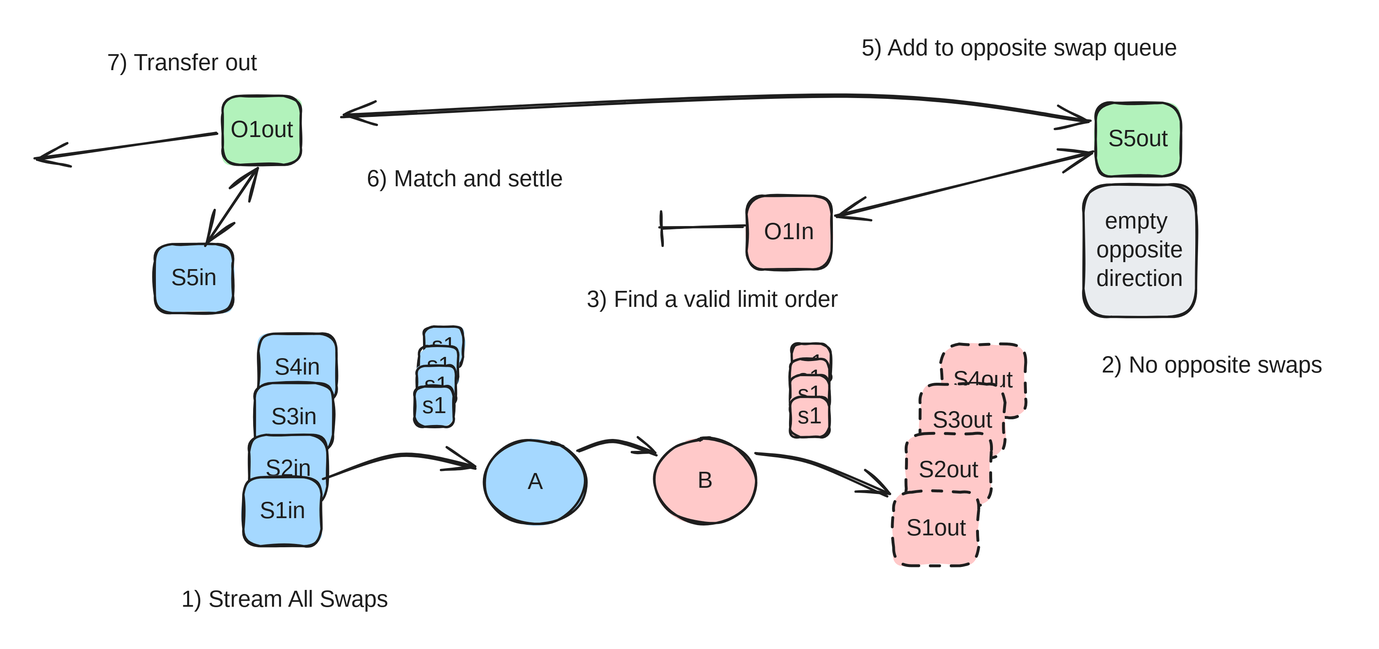
This is .gitbook/assets/file.excalidraw (13).svg from decaswap-labs/docs, a Excalidraw export, as it was before one commit. Source tidied: one line per element, renumbered; positions are measured from the earlier drawing's top-left corner, leaving out a move shared by most shapes. The source it was exported from:
```json
{"id": 0, "type": "rectangle", "strokeColor": "#1e1e1e", "backgroundColor": "#b2f2bb", "fillStyle": "solid", "strokeWidth": 2, "roughness": 1, "round": true, "x": 923, "y": 60, "width": 74, "height": 64}
{"id": 1, "type": "text", "text": "S5out", "strokeColor": "#1e1e1e", "strokeWidth": 2, "roughness": 1, "fontSize": 20, "fontFamily": 1, "textAlign": "center", "verticalAlign": "middle", "inside": 0, "x": 931, "y": 79, "width": 58, "height": 25}
{"id": 2, "type": "rectangle", "strokeColor": "#1e1e1e", "backgroundColor": "#a5d8ff", "fillStyle": "solid", "strokeWidth": 2, "roughness": 1, "round": true, "x": 338, "y": 254, "width": 34, "height": 35}
{"id": 3, "type": "text", "text": "s1", "strokeColor": "#1e1e1e", "strokeWidth": 2, "roughness": 1, "fontSize": 20, "fontFamily": 1, "textAlign": "center", "verticalAlign": "middle", "inside": 2, "x": 347, "y": 259, "width": 16, "height": 25}
{"id": 4, "type": "rectangle", "strokeColor": "#1e1e1e", "backgroundColor": "#ffc9c9", "fillStyle": "solid", "strokeWidth": 2, "roughness": 1, "round": true, "x": 658, "y": 269, "width": 34, "height": 35}
{"id": 5, "type": "text", "text": "s1", "strokeColor": "#1e1e1e", "strokeWidth": 2, "roughness": 1, "fontSize": 20, "fontFamily": 1, "textAlign": "center", "verticalAlign": "middle", "inside": 4, "x": 667, "y": 274, "width": 16, "height": 25}
{"id": 6, "type": "rectangle", "strokeColor": "#1e1e1e", "backgroundColor": "#a5d8ff", "fillStyle": "solid", "strokeWidth": 2, "roughness": 1, "round": true, "x": 194, "y": 260, "width": 68, "height": 60}
{"id": 7, "type": "text", "text": "S4in", "strokeColor": "#1e1e1e", "strokeWidth": 2, "roughness": 1, "fontSize": 20, "fontFamily": 1, "textAlign": "center", "verticalAlign": "middle", "inside": 6, "x": 208, "y": 278, "width": 39, "height": 25}
{"id": 8, "type": "rectangle", "strokeColor": "#1e1e1e", "backgroundColor": "#a5d8ff", "fillStyle": "solid", "strokeWidth": 2, "roughness": 1, "round": true, "x": 191, "y": 304, "width": 68, "height": 60}
{"id": 9, "type": "text", "text": "S3in", "strokeColor": "#1e1e1e", "strokeWidth": 2, "roughness": 1, "fontSize": 20, "fontFamily": 1, "textAlign": "center", "verticalAlign": "middle", "inside": 8, "x": 205, "y": 321, "width": 40, "height": 25}
{"id": 10, "type": "rectangle", "strokeColor": "#1e1e1e", "backgroundColor": "#a5d8ff", "fillStyle": "solid", "strokeWidth": 2, "roughness": 1, "round": true, "x": 186, "y": 348, "width": 68, "height": 60}
{"id": 11, "type": "text", "text": "S2in", "strokeColor": "#1e1e1e", "strokeWidth": 2, "roughness": 1, "fontSize": 20, "fontFamily": 1, "textAlign": "center", "verticalAlign": "middle", "inside": 10, "x": 200, "y": 366, "width": 40, "height": 25}
{"id": 12, "type": "rectangle", "strokeColor": "#1e1e1e", "backgroundColor": "#a5d8ff", "fillStyle": "solid", "strokeWidth": 2, "roughness": 1, "round": true, "x": 181, "y": 386, "width": 68, "height": 60}
{"id": 13, "type": "text", "text": "S1in", "strokeColor": "#1e1e1e", "strokeWidth": 2, "roughness": 1, "fontSize": 20, "fontFamily": 1, "textAlign": "center", "verticalAlign": "middle", "inside": 12, "x": 199, "y": 403, "width": 31, "height": 25}
{"id": 14, "type": "ellipse", "strokeColor": "#1e1e1e", "backgroundColor": "#a5d8ff", "fillStyle": "solid", "strokeWidth": 2, "roughness": 1, "round": true, "x": 391, "y": 353, "width": 88, "height": 74}
{"id": 15, "type": "text", "text": "A", "strokeColor": "#1e1e1e", "backgroundColor": "#ffc9c9", "fillStyle": "solid", "strokeWidth": 2, "roughness": 1, "fontSize": 20, "fontFamily": 1, "textAlign": "center", "verticalAlign": "middle", "inside": 14, "x": 428, "y": 377, "width": 13, "height": 25}
{"id": 16, "type": "ellipse", "strokeColor": "#1e1e1e", "backgroundColor": "#ffc9c9", "fillStyle": "solid", "strokeWidth": 2, "roughness": 1, "round": true, "x": 539, "y": 352, "width": 88, "height": 74}
{"id": 17, "type": "text", "text": "B", "strokeColor": "#1e1e1e", "backgroundColor": "#ffc9c9", "fillStyle": "solid", "strokeWidth": 2, "roughness": 1, "fontSize": 20, "fontFamily": 1, "textAlign": "center", "verticalAlign": "middle", "inside": 16, "x": 575, "y": 376, "width": 15, "height": 25}
{"id": 18, "type": "arrow", "strokeColor": "#1e1e1e", "backgroundColor": "#ffc9c9", "fillStyle": "solid", "strokeWidth": 2, "roughness": 1, "endArrowhead": "arrow", "round": true, "from": 12, "to": 14, "x": 251, "y": 386, "width": 131, "height": 20, "points": [[0, 0], [68, -20], [131, -9]]}
{"id": 19, "type": "arrow", "strokeColor": "#1e1e1e", "backgroundColor": "#ffc9c9", "fillStyle": "solid", "strokeWidth": 2, "roughness": 1, "endArrowhead": "arrow", "round": true, "from": 14, "to": 16, "x": 473, "y": 362, "width": 68, "height": 12, "points": [[0, 0], [29, -8], [68, 4]]}
{"id": 20, "type": "arrow", "strokeColor": "#1e1e1e", "backgroundColor": "#ffc9c9", "fillStyle": "solid", "strokeWidth": 2, "roughness": 1, "endArrowhead": "arrow", "round": true, "from": 16, "to": 28, "x": 626, "y": 364, "width": 116, "height": 37, "points": [[0, 0], [50, 9], [116, 37]]}
{"id": 21, "type": "text", "text": "1) Stream All Swaps", "strokeColor": "#1e1e1e", "backgroundColor": "#ffc9c9", "fillStyle": "solid", "strokeWidth": 2, "strokeStyle": "dashed", "roughness": 1, "fontSize": 20, "fontFamily": 1, "x": 127, "y": 480, "width": 193, "height": 25}
{"id": 22, "type": "rectangle", "strokeColor": "#1e1e1e", "backgroundColor": "#ffc9c9", "fillStyle": "solid", "strokeWidth": 2, "strokeStyle": "dashed", "roughness": 1, "round": true, "x": 788, "y": 270, "width": 74, "height": 64}
{"id": 23, "type": "text", "text": "S4out", "strokeColor": "#1e1e1e", "strokeWidth": 2, "roughness": 1, "fontSize": 20, "fontFamily": 1, "textAlign": "center", "verticalAlign": "middle", "inside": 22, "x": 795, "y": 289, "width": 59, "height": 25}
{"id": 24, "type": "rectangle", "strokeColor": "#1e1e1e", "backgroundColor": "#ffc9c9", "fillStyle": "solid", "strokeWidth": 2, "strokeStyle": "dashed", "roughness": 1, "round": true, "x": 770, "y": 304, "width": 74, "height": 64}
{"id": 25, "type": "text", "text": "S3out", "strokeColor": "#1e1e1e", "strokeWidth": 2, "roughness": 1, "fontSize": 20, "fontFamily": 1, "textAlign": "center", "verticalAlign": "middle", "inside": 24, "x": 777, "y": 324, "width": 60, "height": 25}
{"id": 26, "type": "rectangle", "strokeColor": "#1e1e1e", "backgroundColor": "#ffc9c9", "fillStyle": "solid", "strokeWidth": 2, "strokeStyle": "dashed", "roughness": 1, "round": true, "x": 758, "y": 348, "width": 74, "height": 64}
{"id": 27, "type": "text", "text": "S2out", "strokeColor": "#1e1e1e", "strokeWidth": 2, "roughness": 1, "fontSize": 20, "fontFamily": 1, "textAlign": "center", "verticalAlign": "middle", "inside": 26, "x": 765, "y": 367, "width": 60, "height": 25}
{"id": 28, "type": "rectangle", "strokeColor": "#1e1e1e", "backgroundColor": "#ffc9c9", "fillStyle": "solid", "strokeWidth": 2, "strokeStyle": "dashed", "roughness": 1, "round": true, "x": 747, "y": 398, "width": 74, "height": 64}
{"id": 29, "type": "text", "text": "S1out", "strokeColor": "#1e1e1e", "strokeWidth": 2, "roughness": 1, "fontSize": 20, "fontFamily": 1, "textAlign": "center", "verticalAlign": "middle", "inside": 28, "x": 758, "y": 418, "width": 51, "height": 25}
{"id": 30, "type": "rectangle", "strokeColor": "#1e1e1e", "backgroundColor": "#a5d8ff", "fillStyle": "solid", "strokeWidth": 2, "roughness": 1, "round": true, "x": 334, "y": 272, "width": 34, "height": 35}
{"id": 31, "type": "text", "text": "s1", "strokeColor": "#1e1e1e", "strokeWidth": 2, "roughness": 1, "fontSize": 20, "fontFamily": 1, "textAlign": "center", "verticalAlign": "middle", "inside": 30, "x": 343, "y": 276, "width": 16, "height": 25}
{"id": 32, "type": "rectangle", "strokeColor": "#1e1e1e", "backgroundColor": "#a5d8ff", "fillStyle": "solid", "strokeWidth": 2, "roughness": 1, "round": true, "x": 332, "y": 288, "width": 34, "height": 35}
{"id": 33, "type": "text", "text": "s1", "strokeColor": "#1e1e1e", "strokeWidth": 2, "roughness": 1, "fontSize": 20, "fontFamily": 1, "textAlign": "center", "verticalAlign": "middle", "inside": 32, "x": 341, "y": 294, "width": 16, "height": 25}
{"id": 34, "type": "rectangle", "strokeColor": "#1e1e1e", "backgroundColor": "#a5d8ff", "fillStyle": "solid", "strokeWidth": 2, "roughness": 1, "round": true, "x": 330, "y": 306, "width": 34, "height": 35}
{"id": 35, "type": "text", "text": "s1", "strokeColor": "#1e1e1e", "strokeWidth": 2, "roughness": 1, "fontSize": 20, "fontFamily": 1, "textAlign": "center", "verticalAlign": "middle", "inside": 34, "x": 339, "y": 312, "width": 16, "height": 25}
{"id": 36, "type": "rectangle", "strokeColor": "#1e1e1e", "backgroundColor": "#ffc9c9", "fillStyle": "solid", "strokeWidth": 2, "roughness": 1, "round": true, "x": 657, "y": 282, "width": 34, "height": 35}
{"id": 37, "type": "text", "text": "s1", "strokeColor": "#1e1e1e", "strokeWidth": 2, "roughness": 1, "fontSize": 20, "fontFamily": 1, "textAlign": "center", "verticalAlign": "middle", "inside": 36, "x": 666, "y": 288, "width": 16, "height": 25}
{"id": 38, "type": "rectangle", "strokeColor": "#1e1e1e", "backgroundColor": "#ffc9c9", "fillStyle": "solid", "strokeWidth": 2, "roughness": 1, "round": true, "x": 657, "y": 296, "width": 34, "height": 35}
{"id": 39, "type": "text", "text": "s1", "strokeColor": "#1e1e1e", "strokeWidth": 2, "roughness": 1, "fontSize": 20, "fontFamily": 1, "textAlign": "center", "verticalAlign": "middle", "inside": 38, "x": 666, "y": 302, "width": 16, "height": 25}
{"id": 40, "type": "rectangle", "strokeColor": "#1e1e1e", "backgroundColor": "#ffc9c9", "fillStyle": "solid", "strokeWidth": 2, "roughness": 1, "round": true, "x": 657, "y": 316, "width": 34, "height": 35}
{"id": 41, "type": "text", "text": "s1", "strokeColor": "#1e1e1e", "strokeWidth": 2, "roughness": 1, "fontSize": 20, "fontFamily": 1, "textAlign": "center", "verticalAlign": "middle", "inside": 40, "x": 666, "y": 320, "width": 16, "height": 25}
{"id": 42, "type": "text", "text": "2) No opposite swaps", "strokeColor": "#1e1e1e", "backgroundColor": "#ffc9c9", "fillStyle": "solid", "strokeWidth": 2, "strokeStyle": "dashed", "roughness": 1, "fontSize": 20, "fontFamily": 1, "x": 928, "y": 276, "width": 211, "height": 25}
{"id": 43, "type": "rectangle", "strokeColor": "#1e1e1e", "backgroundColor": "#ffc9c9", "fillStyle": "solid", "strokeWidth": 2, "roughness": 1, "round": true, "x": 619, "y": 140, "width": 74, "height": 64}
{"id": 44, "type": "text", "text": "O1In", "strokeColor": "#1e1e1e", "strokeWidth": 2, "roughness": 1, "fontSize": 20, "fontFamily": 1, "textAlign": "center", "verticalAlign": "middle", "inside": 43, "x": 636, "y": 160, "width": 40, "height": 25}
{"id": 45, "type": "arrow", "strokeColor": "#1e1e1e", "backgroundColor": "#ffc9c9", "fillStyle": "solid", "strokeWidth": 2, "roughness": 1, "endArrowhead": "bar", "round": true, "from": 43, "x": 616, "y": 168, "width": 72, "height": 1, "points": [[0, 0], [-72, 1]]}
{"id": 46, "type": "rectangle", "strokeColor": "#1e1e1e", "backgroundColor": "#a5d8ff", "fillStyle": "solid", "strokeWidth": 2, "roughness": 1, "round": true, "x": 104, "y": 182, "width": 68, "height": 60}
{"id": 47, "type": "text", "text": "S5in", "strokeColor": "#1e1e1e", "strokeWidth": 2, "roughness": 1, "fontSize": 20, "fontFamily": 1, "textAlign": "center", "verticalAlign": "middle", "inside": 46, "x": 119, "y": 200, "width": 38, "height": 25}
{"id": 48, "type": "rectangle", "strokeColor": "#1e1e1e", "backgroundColor": "#e9ecef", "fillStyle": "solid", "strokeWidth": 2, "roughness": 1, "round": true, "x": 912, "y": 131, "width": 98, "height": 115}
{"id": 49, "type": "text", "text": "empty \nopposite\ndirection", "strokeColor": "#1e1e1e", "backgroundColor": "#e9ecef", "fillStyle": "solid", "strokeWidth": 2, "roughness": 1, "fontSize": 20, "fontFamily": 1, "textAlign": "center", "verticalAlign": "middle", "inside": 48, "x": 920, "y": 151, "width": 81, "height": 75}
{"id": 50, "type": "text", "text": "3) Find a valid limit order", "strokeColor": "#1e1e1e", "backgroundColor": "#ffc9c9", "fillStyle": "solid", "strokeWidth": 2, "strokeStyle": "dashed", "roughness": 1, "fontSize": 20, "fontFamily": 1, "x": 480, "y": 219, "width": 254, "height": 25}
{"id": 51, "type": "rectangle", "strokeColor": "#1e1e1e", "backgroundColor": "#b2f2bb", "fillStyle": "solid", "strokeWidth": 2, "roughness": 1, "round": true, "x": 163, "y": 54, "width": 68, "height": 60}
{"id": 52, "type": "text", "text": "O1out", "strokeColor": "#1e1e1e", "strokeWidth": 2, "roughness": 1, "fontSize": 20, "fontFamily": 1, "textAlign": "center", "verticalAlign": "middle", "inside": 51, "x": 170, "y": 71, "width": 54, "height": 25}
{"id": 53, "type": "arrow", "strokeColor": "#1e1e1e", "backgroundColor": "#b2f2bb", "fillStyle": "solid", "strokeWidth": 2, "roughness": 1, "startArrowhead": "arrow", "endArrowhead": "arrow", "round": true, "from": 43, "to": 0, "x": 697, "y": 159, "width": 223, "height": 57, "points": [[0, 0], [223, -57]]}
{"id": 54, "type": "arrow", "strokeColor": "#1e1e1e", "backgroundColor": "#b2f2bb", "fillStyle": "solid", "strokeWidth": 2, "roughness": 1, "startArrowhead": "arrow", "endArrowhead": "arrow", "round": true, "from": 0, "x": 917, "y": 76, "width": 650, "height": 22, "points": [[0, 0], [-212, -22], [-650, -5]]}
{"id": 55, "type": "arrow", "strokeColor": "#1e1e1e", "backgroundColor": "#b2f2bb", "fillStyle": "solid", "strokeWidth": 2, "roughness": 1, "endArrowhead": "arrow", "round": true, "from": 51, "x": 157, "y": 86, "width": 157, "height": 23, "points": [[0, 0], [-157, 23]]}
{"id": 56, "type": "text", "text": "6) Match and settle", "strokeColor": "#1e1e1e", "backgroundColor": "#b2f2bb", "fillStyle": "solid", "strokeWidth": 2, "roughness": 1, "fontSize": 20, "fontFamily": 1, "x": 288, "y": 114, "width": 204, "height": 25}
{"id": 57, "type": "arrow", "strokeColor": "#1e1e1e", "backgroundColor": "#b2f2bb", "fillStyle": "solid", "strokeWidth": 2, "roughness": 1, "startArrowhead": "arrow", "endArrowhead": "arrow", "round": true, "to": 51, "x": 148, "y": 183, "width": 44, "height": 65, "points": [[0, 0], [44, -65]]}
{"id": 58, "type": "text", "text": "7) Transfer out", "strokeColor": "#1e1e1e", "backgroundColor": "#b2f2bb", "fillStyle": "solid", "strokeWidth": 2, "roughness": 1, "fontSize": 20, "fontFamily": 1, "x": 62, "y": 13, "width": 159, "height": 25}
{"id": 59, "type": "text", "text": "5) Add to opposite swap queue", "strokeColor": "#1e1e1e", "backgroundColor": "#ffc9c9", "fillStyle": "solid", "strokeWidth": 2, "strokeStyle": "dashed", "roughness": 1, "fontSize": 20, "fontFamily": 1, "x": 719, "y": 0, "width": 308, "height": 25}
```
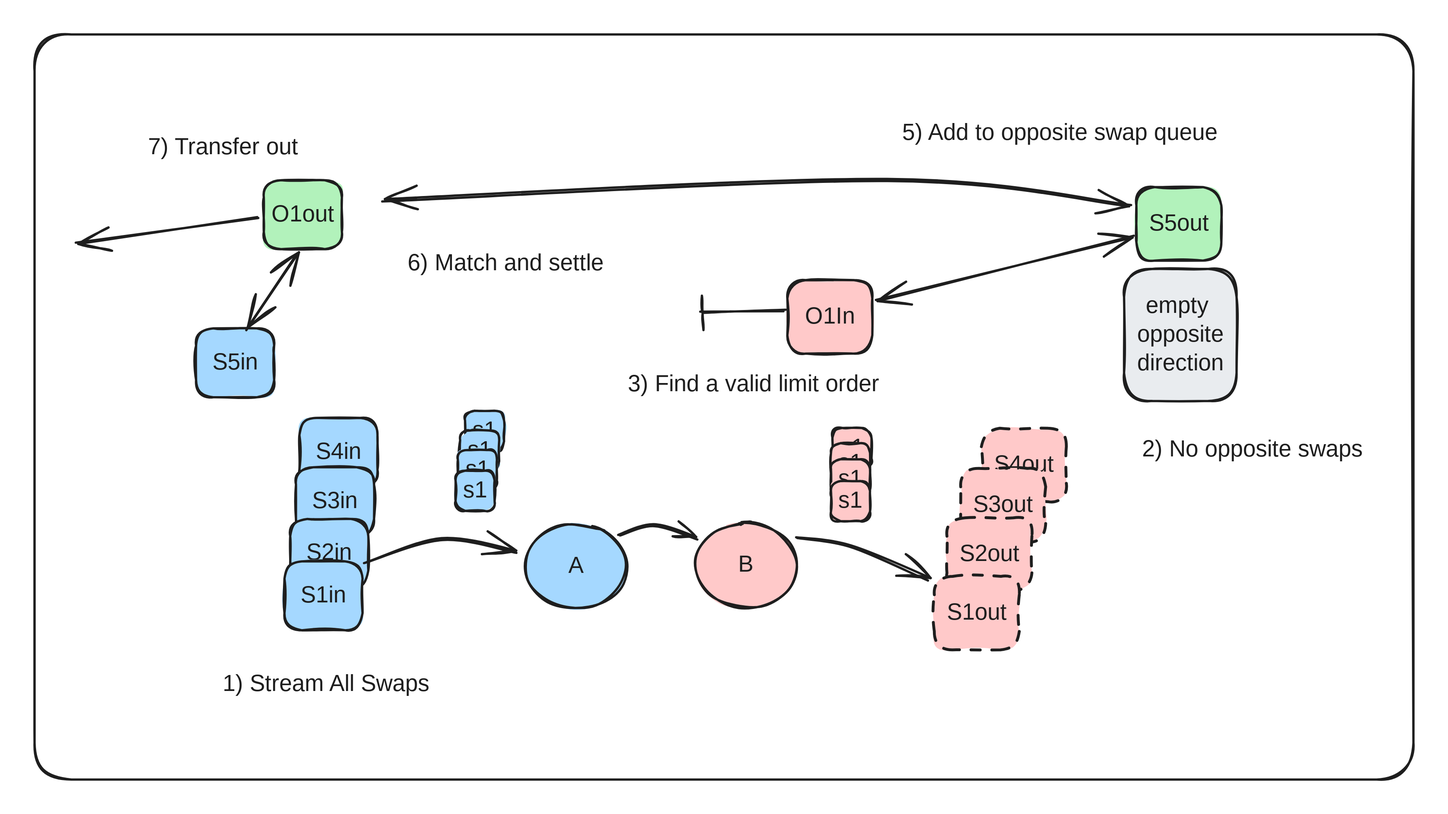
After the change.

Change to the diagram source:
```diff
@@ -58,3 +58,4 @@
 {"id": 57, "type": "arrow", "strokeColor": "#1e1e1e", "backgroundColor": "#b2f2bb", "fillStyle": "solid", "strokeWidth": 2, "roughness": 1, "startArrowhead": "arrow", "endArrowhead": "arrow", "round": true, "to": 51, "x": 148, "y": 183, "width": 44, "height": 65, "points": [[0, 0], [44, -65]]}
 {"id": 58, "type": "text", "text": "7) Transfer out", "strokeColor": "#1e1e1e", "backgroundColor": "#b2f2bb", "fillStyle": "solid", "strokeWidth": 2, "roughness": 1, "fontSize": 20, "fontFamily": 1, "x": 62, "y": 13, "width": 159, "height": 25}
 {"id": 59, "type": "text", "text": "5) Add to opposite swap queue", "strokeColor": "#1e1e1e", "backgroundColor": "#ffc9c9", "fillStyle": "solid", "strokeWidth": 2, "strokeStyle": "dashed", "roughness": 1, "fontSize": 20, "fontFamily": 1, "x": 719, "y": 0, "width": 308, "height": 25}
+{"id": 60, "type": "rectangle", "strokeColor": "#1e1e1e", "strokeWidth": 2, "roughness": 1, "round": true, "x": -37, "y": -74, "width": 1201, "height": 649}
```
